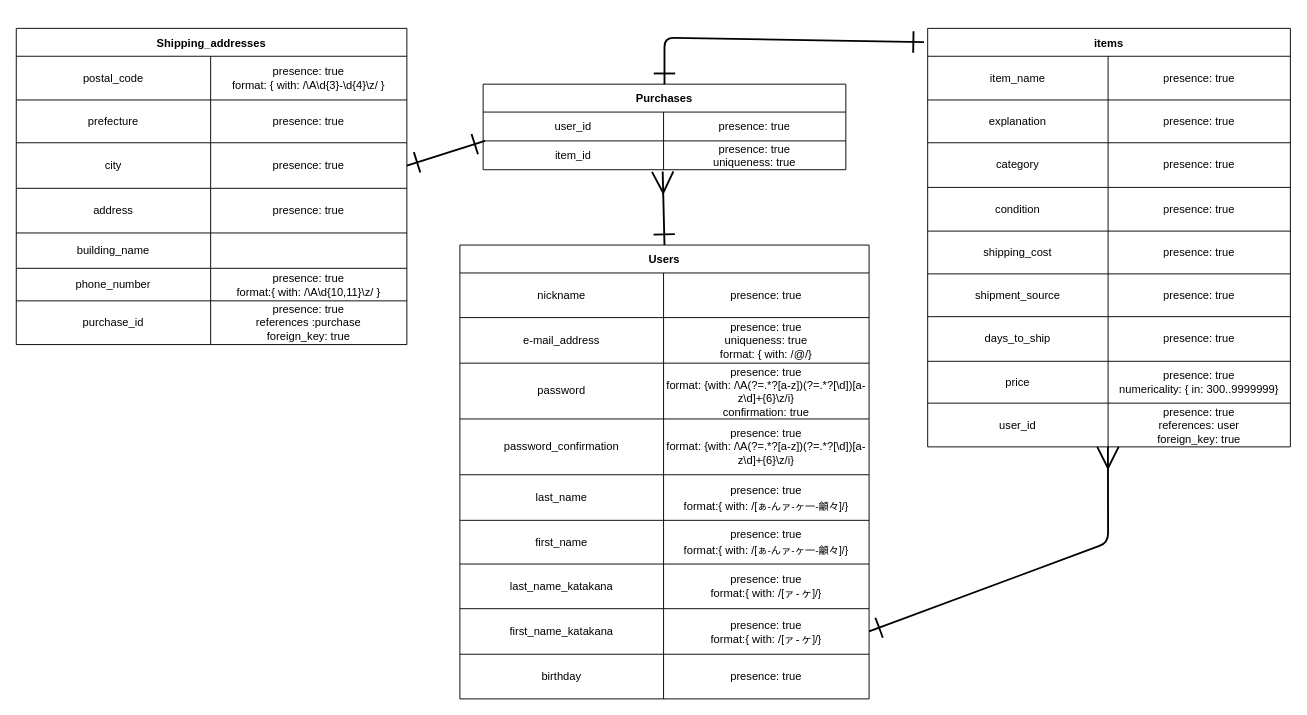
Before: furima-38043.drawio in 31-wtcr/furima-38043, a draw.io diagram. Source tidied: cells renumbered, new cells numbered last; positions are measured from the earlier drawing's top-left corner, leaving out a move shared by most shapes. Both pictures are drawn from the tidied source at 93%, with x=0, y=0 at pixel (16, 28).
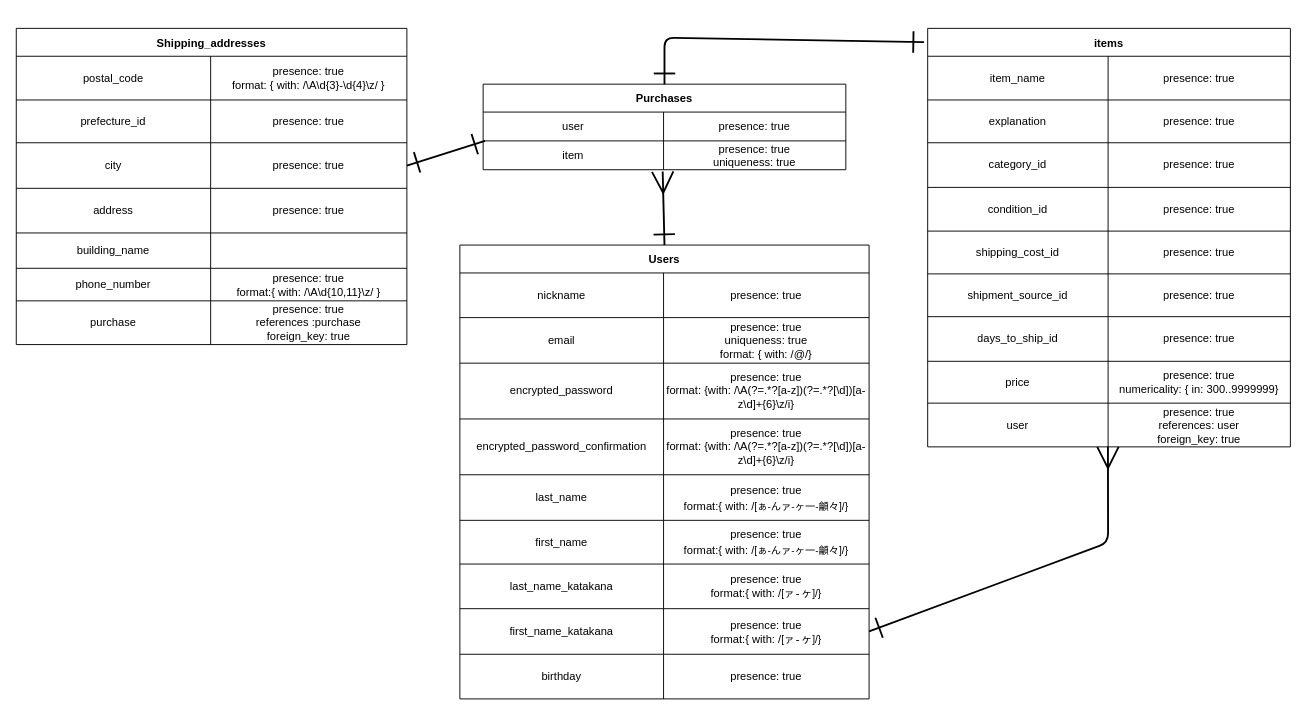
The same page after the edit.

Commit message (it also covers changes not shown here):
データベース再設計

Unchanged cells that the change refers to:
```xml
<mxCell id="3" value="Users" style="shape=table;startSize=30;childLayout=tableLayout;fontStyle=1;align=center;" parent="1" vertex="1">
  <mxGeometry x="477" y="233" width="440" height="488" as="geometry" />
</mxCell>
<mxCell id="7" style="shape=partialRectangle;html=1;whiteSpace=wrap;fillColor=none;top=0;left=0;bottom=0;right=0;" parent="3" vertex="1">
  <mxGeometry y="78" width="440" height="49" as="geometry" />
</mxCell>
<mxCell id="10" style="shape=partialRectangle;html=1;whiteSpace=wrap;fillColor=none;top=0;left=0;bottom=0;right=0;" parent="3" vertex="1">
  <mxGeometry y="127" width="440" height="60" as="geometry" />
</mxCell>
<mxCell id="38" style="shape=partialRectangle;html=1;whiteSpace=wrap;fillColor=none;top=0;left=0;bottom=0;right=0;" parent="31" vertex="1">
  <mxGeometry y="123" width="390" height="48" as="geometry" />
</mxCell>
<mxCell id="41" style="shape=partialRectangle;html=1;whiteSpace=wrap;fillColor=none;top=0;left=0;bottom=0;right=0;" parent="31" vertex="1">
  <mxGeometry y="171" width="390" height="47" as="geometry" />
</mxCell>
<mxCell id="44" style="shape=partialRectangle;html=1;whiteSpace=wrap;fillColor=none;top=0;left=0;bottom=0;right=0;" parent="31" vertex="1">
  <mxGeometry y="218" width="390" height="46" as="geometry" />
</mxCell>
<mxCell id="47" style="shape=partialRectangle;html=1;whiteSpace=wrap;fillColor=none;top=0;left=0;bottom=0;right=0;" parent="31" vertex="1">
  <mxGeometry y="264" width="390" height="46" as="geometry" />
</mxCell>
<mxCell id="50" style="shape=partialRectangle;html=1;whiteSpace=wrap;fillColor=none;top=0;left=0;bottom=0;right=0;" parent="31" vertex="1">
  <mxGeometry y="310" width="390" height="48" as="geometry" />
</mxCell>
<mxCell id="56" style="shape=partialRectangle;html=1;whiteSpace=wrap;fillColor=none;top=0;left=0;bottom=0;right=0;points=[[0,0.5],[1,0.5]];portConstraint=eastwest;" parent="31" vertex="1">
  <mxGeometry y="403" width="390" height="47" as="geometry" />
</mxCell>
<mxCell id="60" style="shape=partialRectangle;html=1;whiteSpace=wrap;fillColor=none;top=0;left=0;bottom=0;right=0;points=[[0,0.5],[1,0.5]];portConstraint=eastwest;" parent="59" vertex="1">
  <mxGeometry y="30" width="390" height="31" as="geometry" />
</mxCell>
<mxCell id="63" style="shape=partialRectangle;html=1;whiteSpace=wrap;fillColor=none;top=0;left=0;bottom=0;right=0;points=[[0,0.5],[1,0.5]];portConstraint=eastwest;" parent="59" vertex="1">
  <mxGeometry y="61" width="390" height="31" as="geometry" />
</mxCell>
<mxCell id="70" style="shape=partialRectangle;html=1;whiteSpace=wrap;fillColor=none;top=0;left=0;bottom=0;right=0;" parent="66" vertex="1">
  <mxGeometry y="77" width="420" height="46" as="geometry" />
</mxCell>
<mxCell id="85" style="shape=partialRectangle;html=1;whiteSpace=wrap;fillColor=none;top=0;left=0;bottom=0;right=0;" parent="66" vertex="1">
  <mxGeometry y="293" width="420" height="47" as="geometry" />
</mxCell>
```

Change to the diagram source:
```diff
@@
-    <mxCell id="8" value="&lt;span style=&quot;text-align: left&quot;&gt;e-mail_address&lt;/span&gt;" style="shape=partialRectangle;html=1;whiteSpace=wrap;fillColor=none;top=0;left=0;bottom=0;right=0;overflow=hidden;" parent="7" vertex="1">
+    <mxCell id="8" value="&lt;div style=&quot;text-align: left&quot;&gt;&lt;span&gt;email&lt;/span&gt;&lt;/div&gt;" style="shape=partialRectangle;html=1;whiteSpace=wrap;fillColor=none;top=0;left=0;bottom=0;right=0;overflow=hidden;" parent="7" vertex="1">
       <mxGeometry width="219" height="49" as="geometry" />
     </mxCell>
@@
-    <mxCell id="11" value="&lt;span style=&quot;text-align: left&quot;&gt;password&lt;/span&gt;" style="shape=partialRectangle;html=1;whiteSpace=wrap;fillColor=none;top=0;left=0;bottom=0;right=0;overflow=hidden;" parent="10" vertex="1">
+    <mxCell id="11" value="&lt;span style=&quot;text-align: left&quot;&gt;encrypted_password&lt;br&gt;&lt;/span&gt;" style="shape=partialRectangle;html=1;whiteSpace=wrap;fillColor=none;top=0;left=0;bottom=0;right=0;overflow=hidden;" parent="10" vertex="1">
       <mxGeometry width="219" height="60" as="geometry" />
     </mxCell>
-    <mxCell id="12" value="&lt;span&gt;presence: true&lt;br&gt;format: {with: /\A(?=.*?[a-z])(?=.*?[\d])[a-z\d]+{6}\z/i}&lt;br&gt;confirmation: true&lt;br&gt;&lt;/span&gt;" style="shape=partialRectangle;html=1;whiteSpace=wrap;fillColor=none;top=0;left=0;bottom=0;right=0;overflow=hidden;" parent="10" vertex="1">
+    <mxCell id="12" value="&lt;span&gt;presence: true&lt;br&gt;format: {with: /\A(?=.*?[a-z])(?=.*?[\d])[a-z\d]+{6}\z/i}&lt;br&gt;&lt;/span&gt;" style="shape=partialRectangle;html=1;whiteSpace=wrap;fillColor=none;top=0;left=0;bottom=0;right=0;overflow=hidden;" parent="10" vertex="1">
       <mxGeometry x="219" width="221" height="60" as="geometry" />
     </mxCell>
-    <mxCell id="13" style="shape=partialRectangle;html=1;whiteSpace=wrap;fillColor=none;top=0;left=0;bottom=0;right=0;" parent="3" vertex="1">
-      <mxGeometry y="187" width="440" height="60" as="geometry" />
-    </mxCell>
-    <mxCell id="14" value="password_confirmation" style="shape=partialRectangle;html=1;whiteSpace=wrap;fillColor=none;top=0;left=0;bottom=0;right=0;overflow=hidden;" parent="13" vertex="1">
-      <mxGeometry width="219" height="60" as="geometry" />
-    </mxCell>
-    <mxCell id="15" value="presence: true&lt;br&gt;format: {with: /\A(?=.*?[a-z])(?=.*?[\d])[a-z\d]+{6}\z/i}" style="shape=partialRectangle;html=1;whiteSpace=wrap;fillColor=none;top=0;left=0;bottom=0;right=0;overflow=hidden;" parent="13" vertex="1">
-      <mxGeometry x="219" width="221" height="60" as="geometry" />
+    <mxCell id="15" style="shape=partialRectangle;html=1;whiteSpace=wrap;fillColor=none;top=0;left=0;bottom=0;right=0;" parent="3" vertex="1">
+      <mxGeometry y="187" width="440" height="60" as="geometry" />
     </mxCell>
+    <mxCell id="91" value="encrypted_password_confirmation" style="shape=partialRectangle;html=1;whiteSpace=wrap;fillColor=none;top=0;left=0;bottom=0;right=0;overflow=hidden;" parent="15" vertex="1">
+      <mxGeometry width="219" height="60" as="geometry" />
+    </mxCell>
+    <mxCell id="92" value="&lt;span&gt;presence: true&lt;/span&gt;&lt;br&gt;&lt;span&gt;format: {with: /\A(?=.*?[a-z])(?=.*?[\d])[a-z\d]+{6}\z/i}&lt;/span&gt;" style="shape=partialRectangle;html=1;whiteSpace=wrap;fillColor=none;top=0;left=0;bottom=0;right=0;overflow=hidden;" parent="15" vertex="1">
+      <mxGeometry x="219" width="221" height="60" as="geometry" />
+    </mxCell>
@@
-    <mxCell id="39" value="&lt;span style=&quot;text-align: left&quot;&gt;category&lt;/span&gt;" style="shape=partialRectangle;html=1;whiteSpace=wrap;fillColor=none;top=0;left=0;bottom=0;right=0;overflow=hidden;" parent="38" vertex="1">
+    <mxCell id="39" value="&lt;span style=&quot;text-align: left&quot;&gt;category_id&lt;/span&gt;" style="shape=partialRectangle;html=1;whiteSpace=wrap;fillColor=none;top=0;left=0;bottom=0;right=0;overflow=hidden;" parent="38" vertex="1">
       <mxGeometry width="194" height="48" as="geometry" />
     </mxCell>
@@
-    <mxCell id="42" value="&lt;span style=&quot;text-align: left&quot;&gt;condition&lt;/span&gt;" style="shape=partialRectangle;html=1;whiteSpace=wrap;fillColor=none;top=0;left=0;bottom=0;right=0;overflow=hidden;" parent="41" vertex="1">
+    <mxCell id="42" value="&lt;span style=&quot;text-align: left&quot;&gt;condition_id&lt;/span&gt;" style="shape=partialRectangle;html=1;whiteSpace=wrap;fillColor=none;top=0;left=0;bottom=0;right=0;overflow=hidden;" parent="41" vertex="1">
       <mxGeometry width="194" height="47" as="geometry" />
     </mxCell>
@@
-    <mxCell id="45" value="&lt;span style=&quot;text-align: left&quot;&gt;shipping_cost&lt;/span&gt;" style="shape=partialRectangle;html=1;whiteSpace=wrap;fillColor=none;top=0;left=0;bottom=0;right=0;overflow=hidden;" parent="44" vertex="1">
+    <mxCell id="45" value="&lt;span style=&quot;text-align: left&quot;&gt;shipping_cost_id&lt;/span&gt;" style="shape=partialRectangle;html=1;whiteSpace=wrap;fillColor=none;top=0;left=0;bottom=0;right=0;overflow=hidden;" parent="44" vertex="1">
       <mxGeometry width="194" height="46" as="geometry" />
     </mxCell>
@@
-    <mxCell id="48" value="&lt;span style=&quot;text-align: left&quot;&gt;shipment_source&lt;/span&gt;" style="shape=partialRectangle;html=1;whiteSpace=wrap;fillColor=none;top=0;left=0;bottom=0;right=0;overflow=hidden;" parent="47" vertex="1">
+    <mxCell id="48" value="&lt;span style=&quot;text-align: left&quot;&gt;shipment_source_id&lt;/span&gt;" style="shape=partialRectangle;html=1;whiteSpace=wrap;fillColor=none;top=0;left=0;bottom=0;right=0;overflow=hidden;" parent="47" vertex="1">
       <mxGeometry width="194" height="46" as="geometry" />
     </mxCell>
@@
-    <mxCell id="51" value="&lt;span style=&quot;text-align: left&quot;&gt;days_to_ship&lt;/span&gt;" style="shape=partialRectangle;html=1;whiteSpace=wrap;fillColor=none;top=0;left=0;bottom=0;right=0;overflow=hidden;" parent="50" vertex="1">
+    <mxCell id="51" value="&lt;span style=&quot;text-align: left&quot;&gt;days_to_ship_id&lt;/span&gt;" style="shape=partialRectangle;html=1;whiteSpace=wrap;fillColor=none;top=0;left=0;bottom=0;right=0;overflow=hidden;" parent="50" vertex="1">
       <mxGeometry width="194" height="48" as="geometry" />
     </mxCell>
@@
-    <mxCell id="57" value="&lt;span style=&quot;text-align: left&quot;&gt;user_id&lt;/span&gt;" style="shape=partialRectangle;html=1;whiteSpace=wrap;fillColor=none;top=0;left=0;bottom=0;right=0;overflow=hidden;" parent="56" vertex="1">
+    <mxCell id="57" value="&lt;span style=&quot;text-align: left&quot;&gt;user&lt;/span&gt;" style="shape=partialRectangle;html=1;whiteSpace=wrap;fillColor=none;top=0;left=0;bottom=0;right=0;overflow=hidden;" parent="56" vertex="1">
       <mxGeometry width="194" height="47" as="geometry" />
     </mxCell>
@@
-    <mxCell id="61" value="&lt;span style=&quot;text-align: left&quot;&gt;user_id&lt;/span&gt;" style="shape=partialRectangle;html=1;whiteSpace=wrap;fillColor=none;top=0;left=0;bottom=0;right=0;overflow=hidden;" parent="60" vertex="1">
+    <mxCell id="61" value="&lt;span style=&quot;text-align: left&quot;&gt;user&lt;/span&gt;" style="shape=partialRectangle;html=1;whiteSpace=wrap;fillColor=none;top=0;left=0;bottom=0;right=0;overflow=hidden;" parent="60" vertex="1">
       <mxGeometry width="194" height="31" as="geometry" />
     </mxCell>
@@
-    <mxCell id="64" value="&lt;span style=&quot;text-align: left&quot;&gt;item_id&lt;/span&gt;" style="shape=partialRectangle;html=1;whiteSpace=wrap;fillColor=none;top=0;left=0;bottom=0;right=0;overflow=hidden;" parent="63" vertex="1">
+    <mxCell id="64" value="&lt;span style=&quot;text-align: left&quot;&gt;item&lt;/span&gt;" style="shape=partialRectangle;html=1;whiteSpace=wrap;fillColor=none;top=0;left=0;bottom=0;right=0;overflow=hidden;" parent="63" vertex="1">
       <mxGeometry width="194" height="31" as="geometry" />
     </mxCell>
@@
-    <mxCell id="71" value="&lt;span style=&quot;text-align: left&quot;&gt;prefecture&lt;/span&gt;" style="shape=partialRectangle;html=1;whiteSpace=wrap;fillColor=none;top=0;left=0;bottom=0;right=0;overflow=hidden;" parent="70" vertex="1">
+    <mxCell id="71" value="&lt;span style=&quot;text-align: left&quot;&gt;prefecture_id&lt;/span&gt;" style="shape=partialRectangle;html=1;whiteSpace=wrap;fillColor=none;top=0;left=0;bottom=0;right=0;overflow=hidden;" parent="70" vertex="1">
       <mxGeometry width="209" height="46" as="geometry" />
     </mxCell>
@@
-    <mxCell id="86" value="purchase_id" style="shape=partialRectangle;html=1;whiteSpace=wrap;fillColor=none;top=0;left=0;bottom=0;right=0;overflow=hidden;" parent="85" vertex="1">
+    <mxCell id="86" value="purchase" style="shape=partialRectangle;html=1;whiteSpace=wrap;fillColor=none;top=0;left=0;bottom=0;right=0;overflow=hidden;" parent="85" vertex="1">
       <mxGeometry width="209" height="47" as="geometry" />
     </mxCell>
```
